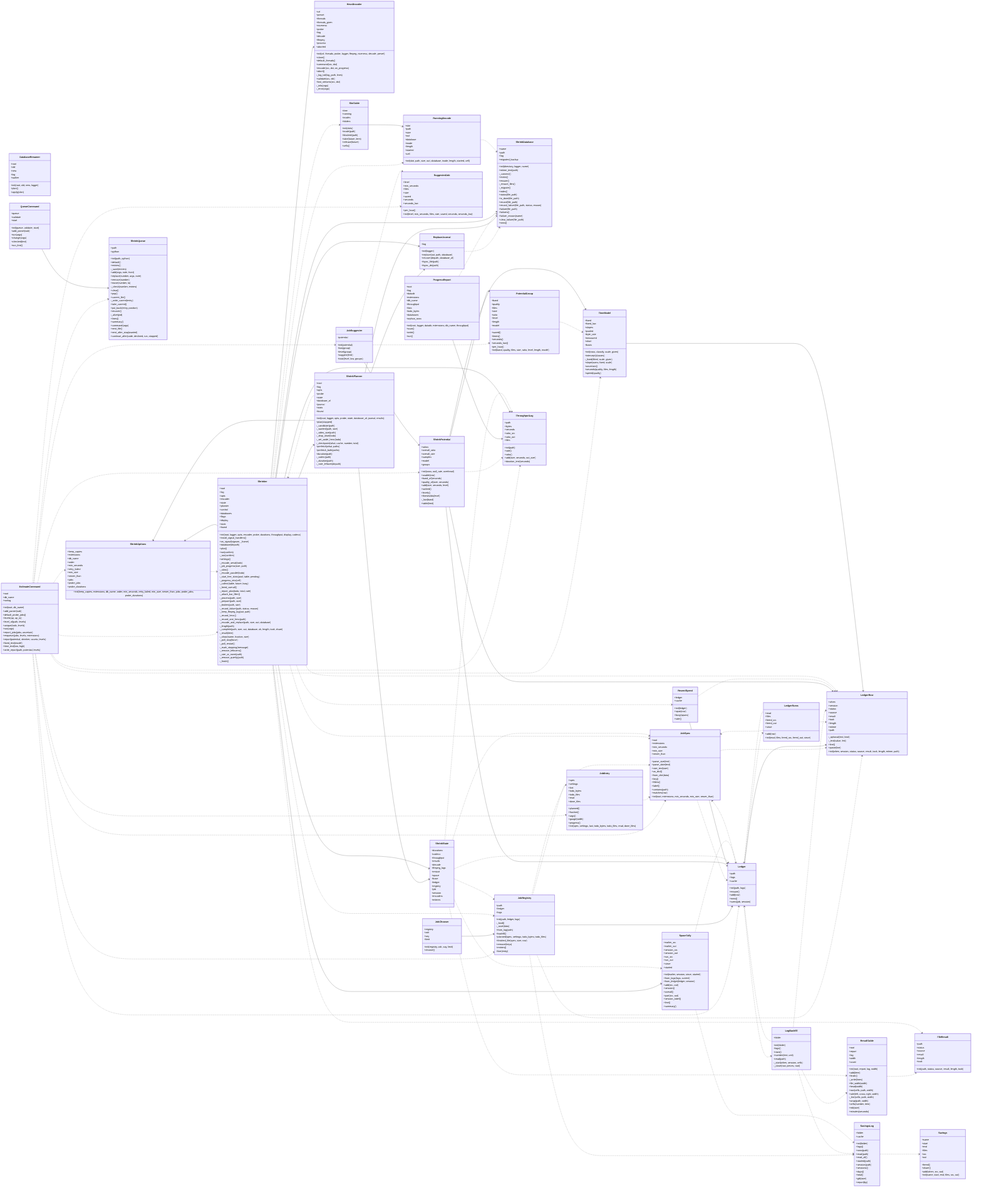
peddanet/mediatools keeps this Mermaid diagram as docs/img/uml_shrink.png. Above is the earlier version. Its source is kept beside it as docs/img/uml_shrink.mmd.
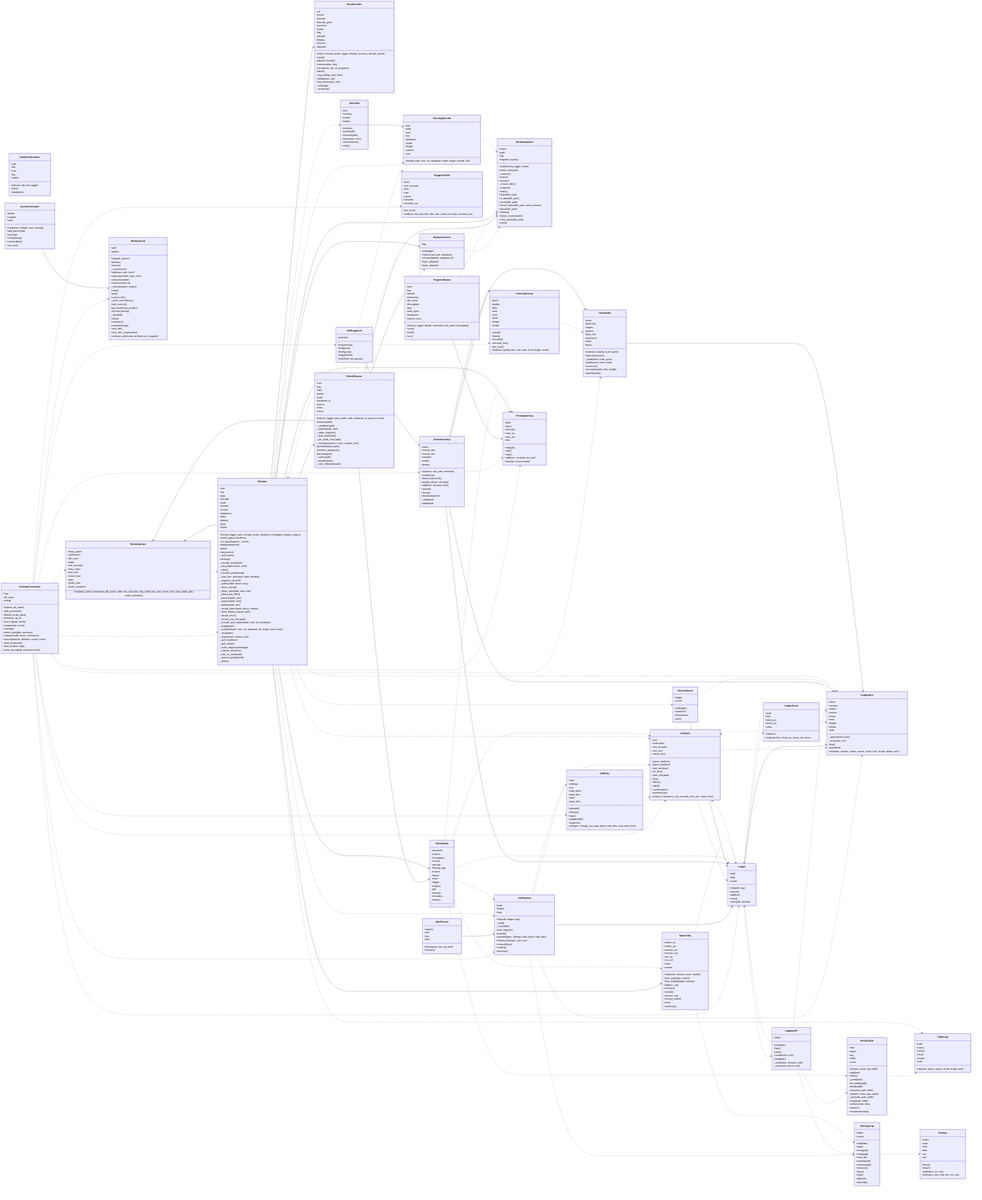
The same file after the commit.

The edit, as a diff of the source:
```diff
@@ -305,7 +305,7 @@
     +queue
     +validate
     +start
-    +init(queue, validate, start)
+    +init(queue, validate, start, running)
     +add_parser(sub)
     +run(args)
     +change(args)
@@ -437,7 +437,7 @@
     -_write_current(entry)
     +take_current()
     +put_back(entry, position)
-    +recover()
+    +recover(running)
     -_alive(pid)
     +lines()
     +summary()
```
